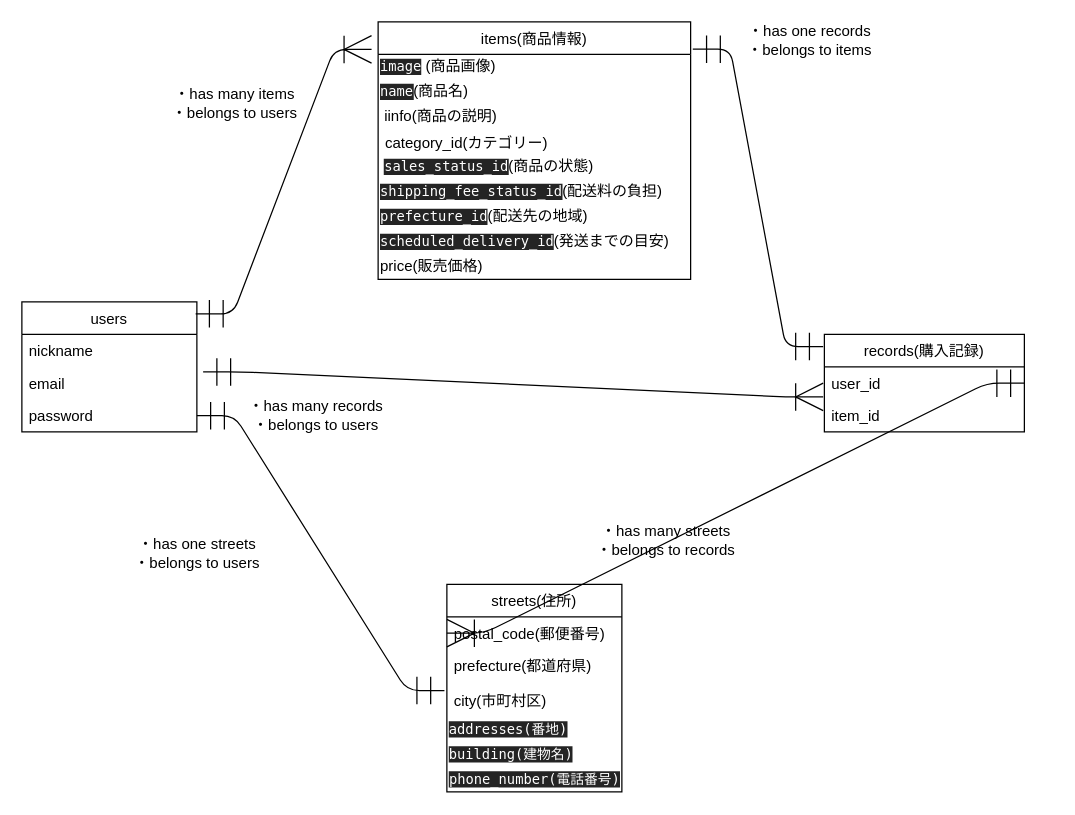
Before: Draw.drawio in daikichi86/furima-28196, a draw.io diagram. Source tidied: cells renumbered, new cells numbered last; positions are measured from the earlier drawing's top-left corner, leaving out a move shared by most shapes. Both pictures are drawn from the tidied source at 125%, with x=0, y=0 at pixel (21, 21).
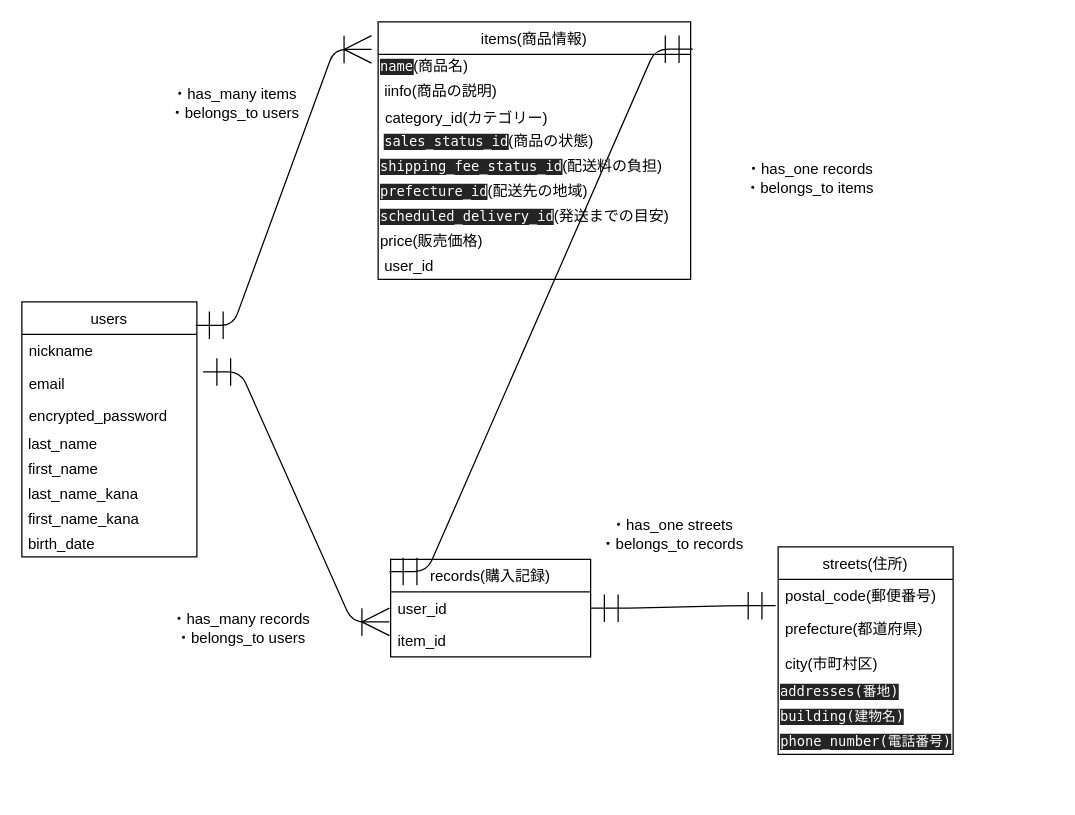
Above is the later version.

Unchanged cells that the change refers to:
```xml
<mxCell id="10" value="items(商品情報)" style="swimlane;fontStyle=0;horizontal=1;startSize=26;fillColor=none;" parent="1" vertex="1">
  <mxGeometry x="285" width="250" height="206" as="geometry" />
</mxCell>
<mxCell id="21" value="user_id" style="text;strokeColor=none;fillColor=none;align=left;verticalAlign=top;spacingLeft=4;spacingRight=4;overflow=hidden;points=[[0,0.5],[1,0.5]];portConstraint=eastwest;" parent="20" vertex="1">
  <mxGeometry y="26" width="160" height="26" as="geometry" />
</mxCell>
<mxCell id="22" value="item_id" style="text;strokeColor=none;fillColor=none;align=left;verticalAlign=top;spacingLeft=4;spacingRight=4;overflow=hidden;points=[[0,0.5],[1,0.5]];portConstraint=eastwest;" parent="20" vertex="1">
  <mxGeometry y="52" width="160" height="26" as="geometry" />
</mxCell>
<mxCell id="24" value="postal_code(郵便番号)" style="text;strokeColor=none;fillColor=none;align=left;verticalAlign=top;spacingLeft=4;spacingRight=4;overflow=hidden;points=[[0,0.5],[1,0.5]];portConstraint=eastwest;" parent="23" vertex="1">
  <mxGeometry y="26" width="140" height="26" as="geometry" />
</mxCell>
<mxCell id="26" value="city(市町村区)" style="text;strokeColor=none;fillColor=none;align=left;verticalAlign=top;spacingLeft=4;spacingRight=4;overflow=hidden;points=[[0,0.5],[1,0.5]];portConstraint=eastwest;" parent="23" vertex="1">
  <mxGeometry y="80" width="140" height="26" as="geometry" />
</mxCell>
```

The edit, as a diff of the source:
```diff
@@
-    <mxCell id="4" style="edgeStyle=entityRelationEdgeStyle;fontSize=12;html=1;endArrow=ERmandOne;startArrow=ERmandOne;exitX=1;exitY=0.5;exitDx=0;exitDy=0;endSize=20;startSize=20;entryX=-0.014;entryY=0.192;entryDx=0;entryDy=0;entryPerimeter=0;" parent="1" edge="1" source="33" target="26">
-      <mxGeometry relative="1" as="geometry" />
-    </mxCell>
-    <mxCell id="5" style="edgeStyle=entityRelationEdgeStyle;fontSize=12;html=1;endArrow=ERoneToMany;startArrow=ERmandOne;endSize=20;targetPerimeterSpacing=0;startSize=20;exitX=1;exitY=0.5;exitDx=0;exitDy=0;entryX=0;entryY=0.5;entryDx=0;entryDy=0;" parent="1" edge="1" source="21" target="24">
-      <mxGeometry relative="1" as="geometry" />
-    </mxCell>
-    <mxCell id="6" value="・has many items&lt;br&gt;・belongs to users" style="text;html=1;align=center;verticalAlign=middle;" parent="1" vertex="1">
+    <mxCell id="6" value="・has_many items&lt;br&gt;・belongs_to users" style="text;html=1;align=center;verticalAlign=middle;" parent="1" vertex="1">
       <mxGeometry x="110" y="50" width="120" height="30" as="geometry" />
     </mxCell>
-    <mxCell id="7" value="・has one records&lt;br&gt;・belongs to items" style="text;html=1;align=center;verticalAlign=middle;" parent="1" vertex="1">
-      <mxGeometry x="575" width="110" height="30" as="geometry" />
+    <mxCell id="7" value="・has_one records&lt;br&gt;・belongs_to items" style="text;html=1;align=center;verticalAlign=middle;" parent="1" vertex="1">
+      <mxGeometry x="570" y="110" width="120" height="30" as="geometry" />
     </mxCell>
-    <mxCell id="8" value="・has one streets&lt;br&gt;・belongs to users" style="text;html=1;align=center;verticalAlign=middle;" parent="1" vertex="1">
-      <mxGeometry x="80" y="410" width="120" height="30" as="geometry" />
-    </mxCell>
-    <mxCell id="9" value="・has many streets&lt;br&gt;・belongs to records" style="text;html=1;align=center;verticalAlign=middle;" parent="1" vertex="1">
-      <mxGeometry x="450" y="400" width="130" height="30" as="geometry" />
+    <mxCell id="9" value="・has_one streets&lt;br&gt;・belongs_to records" style="text;html=1;align=center;verticalAlign=middle;" parent="1" vertex="1">
+      <mxGeometry x="455" y="395" width="130" height="30" as="geometry" />
     </mxCell>
@@
-    <mxCell id="11" value="&lt;span style=&quot;color: rgb(255 , 255 , 255) ; font-family: &amp;#34;menlo&amp;#34; , monospace ; font-size: 11px ; background-color: rgb(36 , 36 , 36)&quot;&gt;image&lt;/span&gt;&amp;nbsp;(商品画像)" style="text;html=1;align=left;verticalAlign=middle;" parent="10" vertex="1">
-      <mxGeometry y="26" width="250" height="20" as="geometry" />
-    </mxCell>
     <mxCell id="12" value="&lt;span style=&quot;color: rgb(255 , 255 , 255) ; font-family: &amp;#34;menlo&amp;#34; , monospace ; font-size: 11px ; background-color: rgb(36 , 36 , 36)&quot;&gt;name&lt;/span&gt;(商品名)" style="text;html=1;align=left;verticalAlign=middle;" parent="10" vertex="1">
-      <mxGeometry y="46" width="250" height="20" as="geometry" />
+      <mxGeometry y="26" width="250" height="20" as="geometry" />
     </mxCell>
     <mxCell id="13" value="&amp;nbsp;iinfo(商品の説明)" style="text;html=1;align=left;verticalAlign=middle;" parent="10" vertex="1">
-      <mxGeometry y="66" width="250" height="20" as="geometry" />
+      <mxGeometry y="46" width="250" height="20" as="geometry" />
     </mxCell>
     <mxCell id="14" value="category_id(カテゴリー)" style="text;strokeColor=none;fillColor=none;align=left;verticalAlign=middle;spacingLeft=4;spacingRight=4;overflow=hidden;" parent="10" vertex="1">
-      <mxGeometry y="86" width="250" height="20" as="geometry" />
+      <mxGeometry y="66" width="250" height="20" as="geometry" />
     </mxCell>
     <mxCell id="15" value="&amp;nbsp;&lt;span style=&quot;color: rgb(255 , 255 , 255) ; font-family: &amp;#34;menlo&amp;#34; , monospace ; font-size: 11px ; background-color: rgb(36 , 36 , 36)&quot;&gt;sales_status_id&lt;/span&gt;(商品の状態)" style="text;html=1;align=left;verticalAlign=middle;" parent="10" vertex="1">
-      <mxGeometry y="106" width="250" height="20" as="geometry" />
+      <mxGeometry y="86" width="250" height="20" as="geometry" />
     </mxCell>
     <mxCell id="16" value="&lt;span style=&quot;color: rgb(255 , 255 , 255) ; font-family: &amp;#34;menlo&amp;#34; , monospace ; font-size: 11px ; background-color: rgb(36 , 36 , 36)&quot;&gt;shipping_fee_status_id&lt;/span&gt;(配送料の負担)" style="text;html=1;align=left;verticalAlign=middle;" parent="10" vertex="1">
-      <mxGeometry y="126" width="250" height="20" as="geometry" />
+      <mxGeometry y="106" width="250" height="20" as="geometry" />
     </mxCell>
     <mxCell id="17" value="&lt;span style=&quot;color: rgb(255 , 255 , 255) ; font-family: &amp;#34;menlo&amp;#34; , monospace ; font-size: 11px ; background-color: rgb(36 , 36 , 36)&quot;&gt;prefecture_id&lt;/span&gt;(配送先の地域)" style="text;html=1;align=left;verticalAlign=middle;" parent="10" vertex="1">
-      <mxGeometry y="146" width="250" height="20" as="geometry" />
+      <mxGeometry y="126" width="250" height="20" as="geometry" />
     </mxCell>
     <mxCell id="18" value="&lt;span style=&quot;color: rgb(255 , 255 , 255) ; font-family: &amp;#34;menlo&amp;#34; , monospace ; font-size: 11px ; background-color: rgb(36 , 36 , 36)&quot;&gt;scheduled_delivery_id&lt;/span&gt;(発送までの目安)" style="text;html=1;align=left;verticalAlign=middle;" parent="10" vertex="1">
-      <mxGeometry y="166" width="250" height="20" as="geometry" />
+      <mxGeometry y="146" width="250" height="20" as="geometry" />
     </mxCell>
     <mxCell id="19" value="price(販売価格)" style="text;html=1;align=left;verticalAlign=middle;" parent="10" vertex="1">
-      <mxGeometry y="186" width="250" height="20" as="geometry" />
+      <mxGeometry y="166" width="250" height="20" as="geometry" />
     </mxCell>
+    <mxCell id="36" value="&amp;nbsp;user_id" style="text;html=1;align=left;verticalAlign=middle;" parent="10" vertex="1">
+      <mxGeometry y="186" width="250" height="20" as="geometry" />
+    </mxCell>
+    <mxCell id="30" value="users" style="swimlane;fontStyle=0;horizontal=1;startSize=26;fillColor=none;" parent="1" vertex="1">
+      <mxGeometry y="224" width="140" height="204" as="geometry" />
+    </mxCell>
+    <mxCell id="31" value="nickname" style="text;strokeColor=none;fillColor=none;align=left;verticalAlign=top;spacingLeft=4;spacingRight=4;overflow=hidden;" parent="30" vertex="1">
+      <mxGeometry y="26" width="140" height="26" as="geometry" />
+    </mxCell>
+    <mxCell id="32" value="email" style="text;strokeColor=none;fillColor=none;align=left;verticalAlign=top;spacingLeft=4;spacingRight=4;overflow=hidden;" parent="30" vertex="1">
+      <mxGeometry y="52" width="140" height="26" as="geometry" />
+    </mxCell>
+    <mxCell id="33" value="encrypted_password" style="text;strokeColor=none;fillColor=none;align=left;verticalAlign=top;spacingLeft=4;spacingRight=4;overflow=hidden;points=[[0,0.5],[1,0.5]];portConstraint=eastwest;" parent="30" vertex="1">
+      <mxGeometry y="78" width="140" height="26" as="geometry" />
+    </mxCell>
+    <mxCell id="37" value="&amp;nbsp;last_name" style="text;html=1;align=left;verticalAlign=middle;" parent="30" vertex="1">
+      <mxGeometry y="104" width="140" height="20" as="geometry" />
+    </mxCell>
+    <mxCell id="38" value="&amp;nbsp;first_name" style="text;html=1;align=left;verticalAlign=middle;" parent="30" vertex="1">
+      <mxGeometry y="124" width="140" height="20" as="geometry" />
+    </mxCell>
+    <mxCell id="39" value="&amp;nbsp;last_name_kana" style="text;html=1;align=left;verticalAlign=middle;" parent="30" vertex="1">
+      <mxGeometry y="144" width="140" height="20" as="geometry" />
+    </mxCell>
+    <mxCell id="40" value="&amp;nbsp;first_name_kana" style="text;html=1;align=left;verticalAlign=middle;" parent="30" vertex="1">
+      <mxGeometry y="164" width="140" height="20" as="geometry" />
+    </mxCell>
+    <mxCell id="41" value="&amp;nbsp;birth_date" style="text;html=1;align=left;verticalAlign=middle;" parent="30" vertex="1">
+      <mxGeometry y="184" width="140" height="20" as="geometry" />
+    </mxCell>
+    <mxCell id="34" style="edgeStyle=entityRelationEdgeStyle;fontSize=12;html=1;endArrow=ERoneToMany;startArrow=ERmandOne;endSize=20;targetPerimeterSpacing=0;startSize=20;entryX=-0.006;entryY=-0.077;entryDx=0;entryDy=0;entryPerimeter=0;" parent="1" edge="1" target="22">
+      <mxGeometry relative="1" as="geometry">
+        <mxPoint x="145" y="280" as="sourcePoint" />
+      </mxGeometry>
+    </mxCell>
+    <mxCell id="35" value="・has_many records&lt;br&gt;・belongs_to users" style="text;html=1;align=center;verticalAlign=middle;" parent="1" vertex="1">
+      <mxGeometry x="110" y="470" width="130" height="30" as="geometry" />
+    </mxCell>
     <mxCell id="20" value="records(購入記録)" style="swimlane;fontStyle=0;horizontal=1;startSize=26;fillColor=none;" parent="1" vertex="1">
-      <mxGeometry x="642" y="250" width="160" height="78" as="geometry" />
+      <mxGeometry x="295" y="430" width="160" height="78" as="geometry" />
     </mxCell>
@@
+    <mxCell id="5" style="edgeStyle=entityRelationEdgeStyle;fontSize=12;html=1;endArrow=ERmandOne;startArrow=ERmandOne;exitX=1;exitY=0.5;exitDx=0;exitDy=0;entryX=-0.014;entryY=0.808;entryDx=0;entryDy=0;entryPerimeter=0;endSize=20;startSize=20;" parent="1" edge="1" source="21" target="24">
+      <mxGeometry relative="1" as="geometry" />
+    </mxCell>
     <mxCell id="23" value="streets(住所)" style="swimlane;fontStyle=0;horizontal=1;startSize=26;fillColor=none;" parent="1" vertex="1">
-      <mxGeometry x="340" y="450" width="140" height="166" as="geometry" />
+      <mxGeometry x="605" y="420" width="140" height="166" as="geometry" />
     </mxCell>
@@
-    <mxCell id="30" value="users" style="swimlane;fontStyle=0;horizontal=1;startSize=26;fillColor=none;" parent="1" vertex="1">
-      <mxGeometry y="224" width="140" height="104" as="geometry" />
-    </mxCell>
-    <mxCell id="31" value="nickname" style="text;strokeColor=none;fillColor=none;align=left;verticalAlign=top;spacingLeft=4;spacingRight=4;overflow=hidden;" parent="30" vertex="1">
-      <mxGeometry y="26" width="140" height="26" as="geometry" />
-    </mxCell>
-    <mxCell id="32" value="email" style="text;strokeColor=none;fillColor=none;align=left;verticalAlign=top;spacingLeft=4;spacingRight=4;overflow=hidden;" parent="30" vertex="1">
-      <mxGeometry y="52" width="140" height="26" as="geometry" />
-    </mxCell>
-    <mxCell id="33" value="password" style="text;strokeColor=none;fillColor=none;align=left;verticalAlign=top;spacingLeft=4;spacingRight=4;overflow=hidden;points=[[0,0.5],[1,0.5]];portConstraint=eastwest;" parent="30" vertex="1">
-      <mxGeometry y="78" width="140" height="26" as="geometry" />
-    </mxCell>
-    <mxCell id="34" style="edgeStyle=entityRelationEdgeStyle;fontSize=12;html=1;endArrow=ERoneToMany;startArrow=ERmandOne;endSize=20;targetPerimeterSpacing=0;startSize=20;entryX=-0.006;entryY=-0.077;entryDx=0;entryDy=0;entryPerimeter=0;" parent="1" edge="1" target="22">
-      <mxGeometry relative="1" as="geometry">
-        <mxPoint x="145" y="280" as="sourcePoint" />
-      </mxGeometry>
-    </mxCell>
-    <mxCell id="35" value="・has many records&lt;br&gt;・belongs to users" style="text;html=1;align=center;verticalAlign=middle;" parent="1" vertex="1">
-      <mxGeometry x="175" y="300" width="120" height="30" as="geometry" />
-    </mxCell>
```
